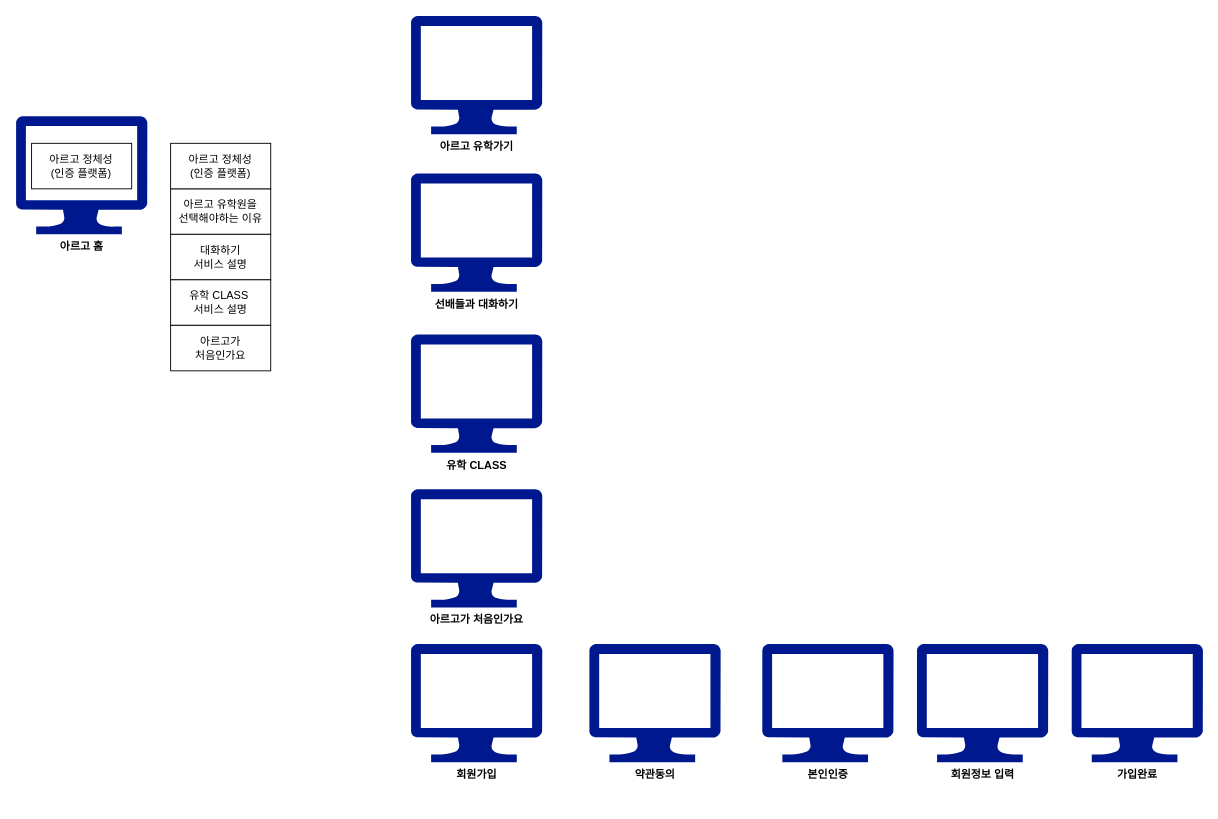
Earlier version of the draw.io diagram crossFunctionalFlow.drawio (to9passion/testpassion). Source tidied: cells renumbered, new cells numbered last; positions are measured from the earlier drawing's top-left corner, leaving out a move shared by most shapes. Both pictures are drawn from the tidied source at 91%, with x=0, y=0 at pixel (15, 15).
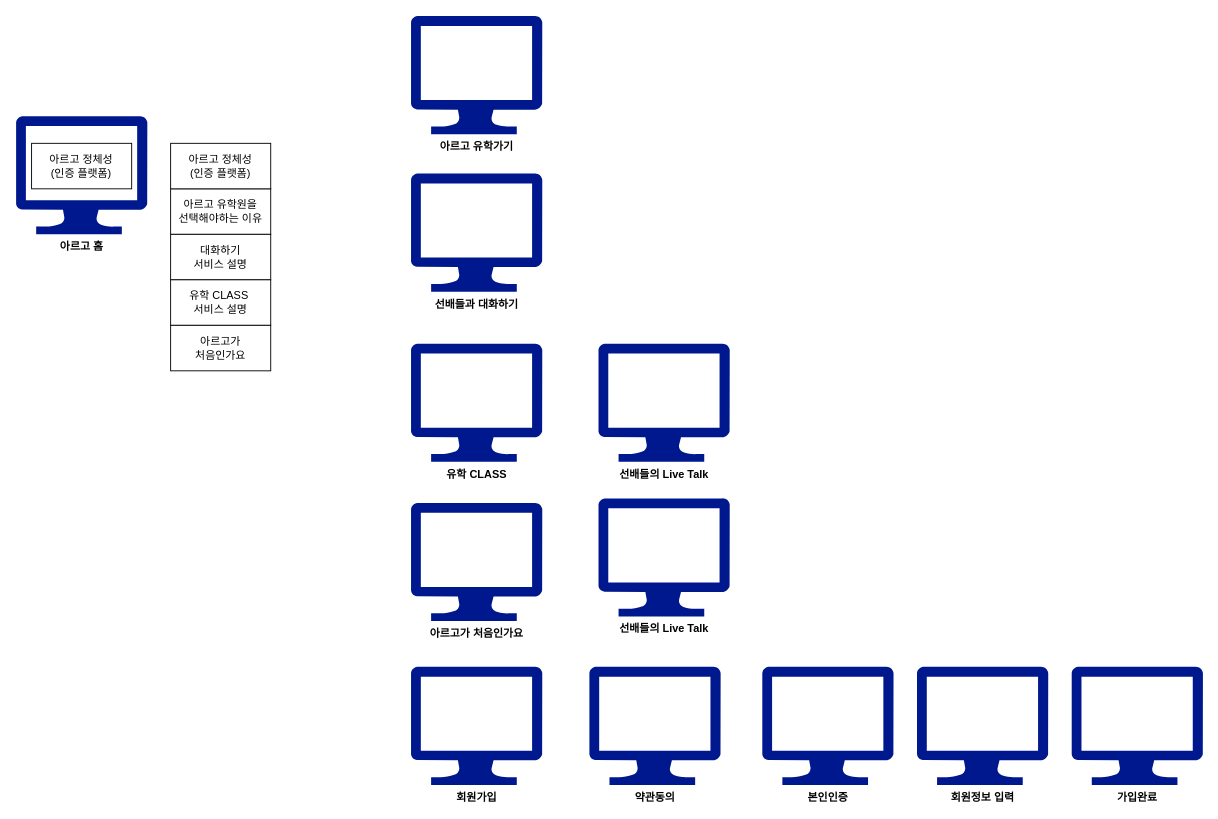
Above is the later version.

The edit, as a diff of the source:
```diff
@@
 <mxGraphModel>
   <root>
     <mxCell id="0" />
     <mxCell id="1" parent="0" />
     <mxCell id="2" value="아르고 홈" style="sketch=0;shadow=0;dashed=0;html=1;strokeColor=none;labelPosition=center;verticalLabelPosition=bottom;verticalAlign=top;align=center;fillColor=#00188D;shape=mxgraph.azure.computer;fontStyle=1;" parent="1" vertex="1">
       <mxGeometry y="110" width="144.4" height="130" as="geometry" />
     </mxCell>
     <mxCell id="3" value="아르고 유학가기" style="sketch=0;shadow=0;dashed=0;html=1;strokeColor=none;labelPosition=center;verticalLabelPosition=bottom;verticalAlign=top;align=center;fillColor=#00188D;shape=mxgraph.azure.computer;fontStyle=1;" parent="1" vertex="1">
       <mxGeometry x="434" width="144.4" height="130" as="geometry" />
     </mxCell>
     <mxCell id="4" value="선배들과 대화하기" style="sketch=0;shadow=0;dashed=0;html=1;strokeColor=none;labelPosition=center;verticalLabelPosition=bottom;verticalAlign=top;align=center;fillColor=#00188D;shape=mxgraph.azure.computer;fontStyle=1;" parent="1" vertex="1">
       <mxGeometry x="434" y="173" width="144.4" height="130" as="geometry" />
     </mxCell>
     <mxCell id="5" value="유학 CLASS" style="sketch=0;shadow=0;dashed=0;html=1;strokeColor=none;labelPosition=center;verticalLabelPosition=bottom;verticalAlign=top;align=center;fillColor=#00188D;shape=mxgraph.azure.computer;fontStyle=1;" parent="1" vertex="1">
-      <mxGeometry x="434" y="350" width="144.4" height="130" as="geometry" />
+      <mxGeometry x="434" y="360" width="144.4" height="130" as="geometry" />
     </mxCell>
     <mxCell id="6" value="아르고 정체성&lt;br&gt;(인증 플랫폼)" style="html=1;whiteSpace=wrap;" parent="1" vertex="1">
       <mxGeometry x="17.2" y="140" width="110" height="50" as="geometry" />
     </mxCell>
     <mxCell id="7" value="아르고 유학원을&lt;br&gt;선택해야하는 이유" style="html=1;whiteSpace=wrap;" parent="1" vertex="1">
       <mxGeometry x="170" y="190" width="110" height="50" as="geometry" />
     </mxCell>
     <mxCell id="8" value="대화하기&lt;br&gt;서비스 설명" style="html=1;whiteSpace=wrap;" parent="1" vertex="1">
       <mxGeometry x="170" y="240" width="110" height="50" as="geometry" />
     </mxCell>
     <mxCell id="9" value="유학 CLASS&amp;nbsp;&lt;br&gt;서비스 설명" style="html=1;whiteSpace=wrap;" parent="1" vertex="1">
       <mxGeometry x="170" y="290" width="110" height="50" as="geometry" />
     </mxCell>
     <mxCell id="10" value="아르고가&lt;br&gt;처음인가요" style="html=1;whiteSpace=wrap;" parent="1" vertex="1">
       <mxGeometry x="170" y="340" width="110" height="50" as="geometry" />
     </mxCell>
     <mxCell id="11" value="아르고가 처음인가요" style="sketch=0;shadow=0;dashed=0;html=1;strokeColor=none;labelPosition=center;verticalLabelPosition=bottom;verticalAlign=top;align=center;fillColor=#00188D;shape=mxgraph.azure.computer;fontStyle=1;" parent="1" vertex="1">
-      <mxGeometry x="434" y="520" width="144.4" height="130" as="geometry" />
+      <mxGeometry x="434" y="535" width="144.4" height="130" as="geometry" />
     </mxCell>
     <mxCell id="12" value="회원가입" style="sketch=0;shadow=0;dashed=0;html=1;strokeColor=none;labelPosition=center;verticalLabelPosition=bottom;verticalAlign=top;align=center;fillColor=#00188D;shape=mxgraph.azure.computer;fontStyle=1;" parent="1" vertex="1">
-      <mxGeometry x="434" y="690" width="144.4" height="130" as="geometry" />
+      <mxGeometry x="434" y="715" width="144.4" height="130" as="geometry" />
     </mxCell>
     <mxCell id="13" value="약관동의" style="sketch=0;shadow=0;dashed=0;html=1;strokeColor=none;labelPosition=center;verticalLabelPosition=bottom;verticalAlign=top;align=center;fillColor=#00188D;shape=mxgraph.azure.computer;fontStyle=1;" parent="1" vertex="1">
-      <mxGeometry x="630" y="690" width="144.4" height="130" as="geometry" />
+      <mxGeometry x="630" y="715" width="144.4" height="130" as="geometry" />
     </mxCell>
     <mxCell id="14" value="본인인증" style="sketch=0;shadow=0;dashed=0;html=1;strokeColor=none;labelPosition=center;verticalLabelPosition=bottom;verticalAlign=top;align=center;fillColor=#00188D;shape=mxgraph.azure.computer;fontStyle=1;" parent="1" vertex="1">
-      <mxGeometry x="820" y="690" width="144.4" height="130" as="geometry" />
+      <mxGeometry x="820" y="715" width="144.4" height="130" as="geometry" />
     </mxCell>
     <mxCell id="15" value="회원정보 입력" style="sketch=0;shadow=0;dashed=0;html=1;strokeColor=none;labelPosition=center;verticalLabelPosition=bottom;verticalAlign=top;align=center;fillColor=#00188D;shape=mxgraph.azure.computer;fontStyle=1;" parent="1" vertex="1">
-      <mxGeometry x="990" y="690" width="144.4" height="130" as="geometry" />
+      <mxGeometry x="990" y="715" width="144.4" height="130" as="geometry" />
     </mxCell>
     <mxCell id="16" value="가입완료" style="sketch=0;shadow=0;dashed=0;html=1;strokeColor=none;labelPosition=center;verticalLabelPosition=bottom;verticalAlign=top;align=center;fillColor=#00188D;shape=mxgraph.azure.computer;fontStyle=1;" parent="1" vertex="1">
-      <mxGeometry x="1160" y="690" width="144.4" height="130" as="geometry" />
+      <mxGeometry x="1160" y="715" width="144.4" height="130" as="geometry" />
     </mxCell>
     <mxCell id="17" value="아르고 정체성&lt;br&gt;(인증 플랫폼)" style="html=1;whiteSpace=wrap;" parent="1" vertex="1">
       <mxGeometry x="170" y="140" width="110" height="50" as="geometry" />
     </mxCell>
+    <mxCell id="18" value="선배들의 Live Talk" style="sketch=0;shadow=0;dashed=0;html=1;strokeColor=none;labelPosition=center;verticalLabelPosition=bottom;verticalAlign=top;align=center;fillColor=#00188D;shape=mxgraph.azure.computer;fontStyle=1;" parent="1" vertex="1">
+      <mxGeometry x="640" y="360" width="144.4" height="130" as="geometry" />
+    </mxCell>
+    <mxCell id="19" value="선배들의 Live Talk" style="sketch=0;shadow=0;dashed=0;html=1;strokeColor=none;labelPosition=center;verticalLabelPosition=bottom;verticalAlign=top;align=center;fillColor=#00188D;shape=mxgraph.azure.computer;fontStyle=1;" parent="1" vertex="1">
+      <mxGeometry x="640" y="530" width="144.4" height="130" as="geometry" />
+    </mxCell>
   </root>
 </mxGraphModel>
```
